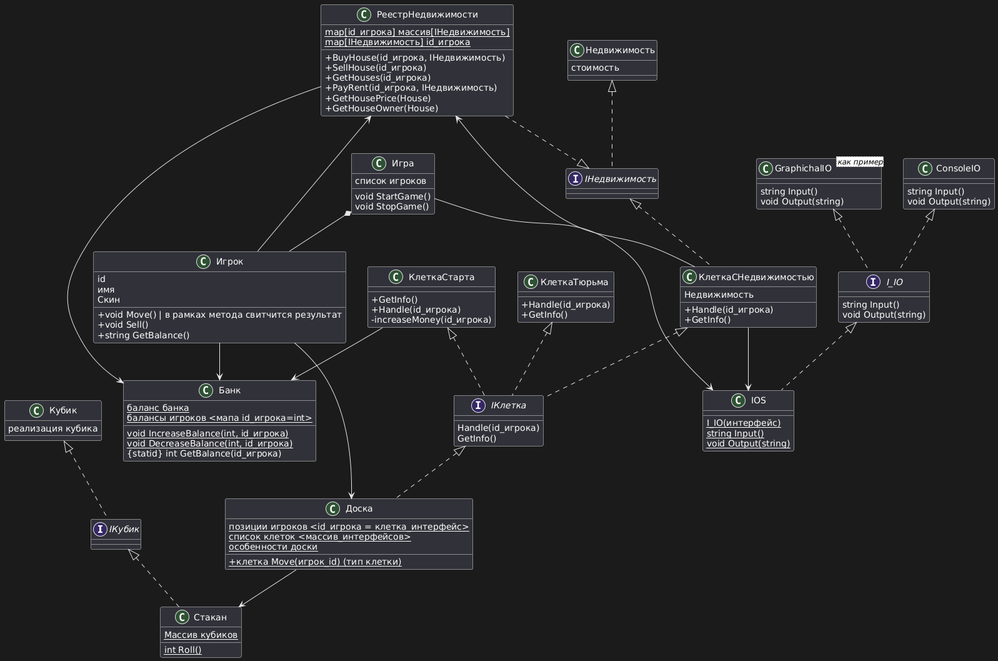
Before: Диаграмма классов.png, a diagram exported from PlantUML (penamarth/bsbo-01-23_team1_var14_monopoly).
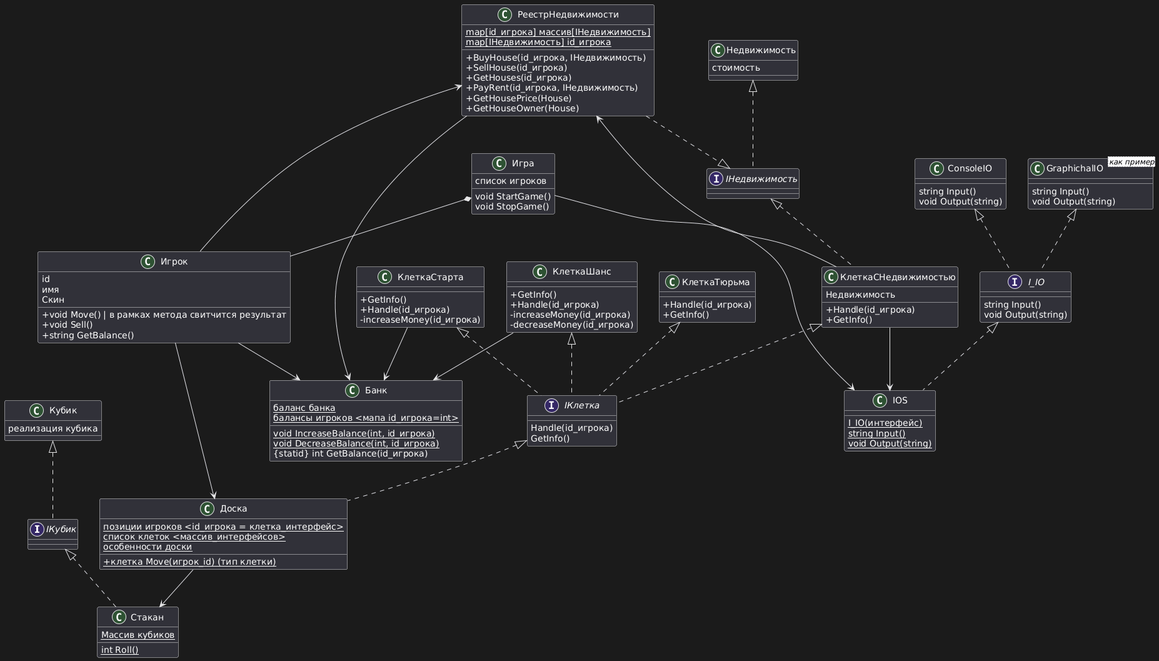
After the change.

What changed in the source:
```diff
@@ -32,6 +32,14 @@
   +GetInfo()
   +Handle(id_игрока)
   -increaseMoney(id_игрока)
+
+}
+
+class КлеткаШанс {
+  +GetInfo()
+  +Handle(id_игрока)
+  -increaseMoney(id_игрока)
+  -decreaseMoney(id_игрока)
 
 }
 
@@ -133,8 +141,10 @@
 Доска  --> Стакан
 
 КлеткаСтарта  --> Банк
+КлеткаШанс  --> Банк
 IНедвижимость   <|.. КлеткаСНедвижимостью
 КлеткаСтарта <|.. IКлетка
+КлеткаШанс <|.. IКлетка
 КлеткаСНедвижимостью <|.. IКлетка
 Недвижимость   <|.. IНедвижимость
 
```
